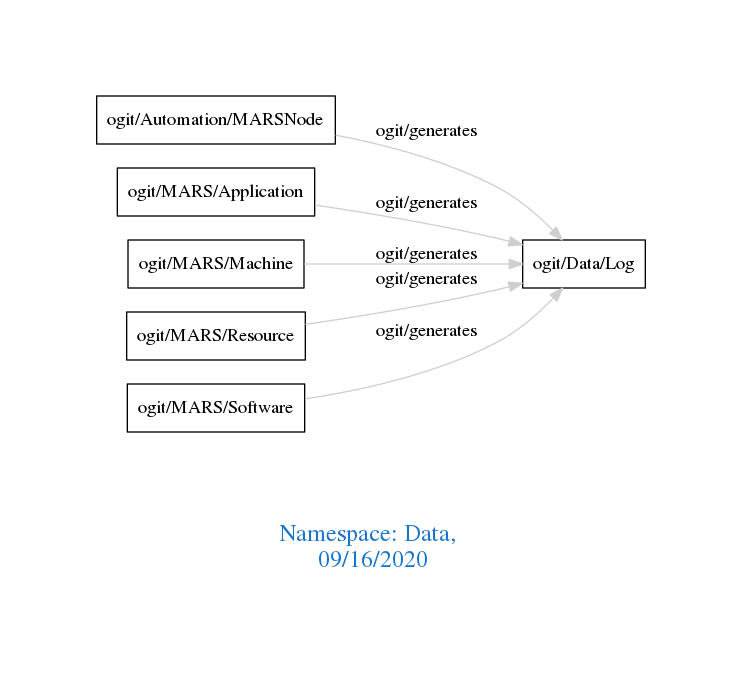
arago/OGIT keeps this Graphviz diagram as downloads/Data.png. Above is the earlier version. Its source is kept beside it as downloads/Data.dot.
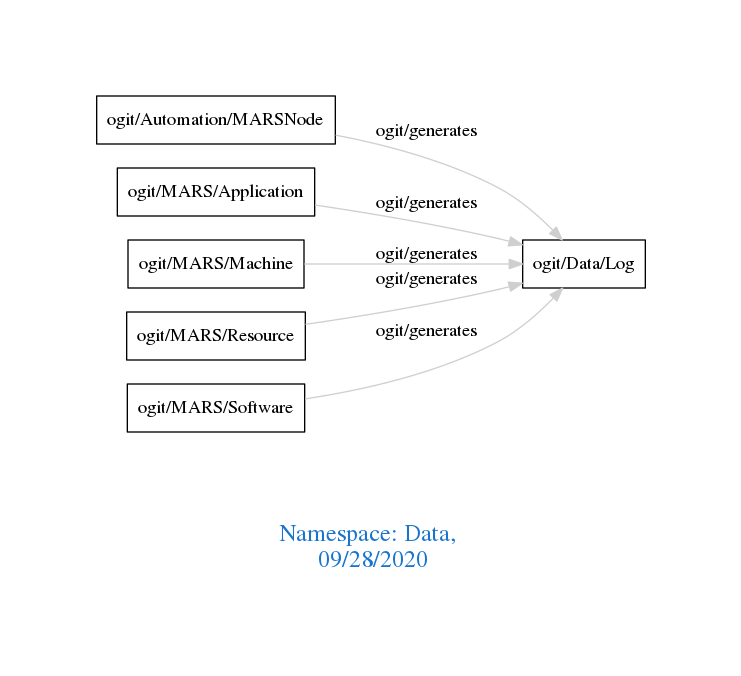
The same file after the commit.

What changed in the source:
```diff
@@ -1,7 +1,7 @@
 digraph OGIT_ontology {
  graph [ rankdir= LR,pad=1
 fontsize = 18,
-fontcolor= dodgerblue3,label = "\n\n\nNamespace: Data, \n 09/16/2020"];
+fontcolor= dodgerblue3,label = "\n\n\nNamespace: Data, \n 09/28/2020"];
 node[shape=polygon];
 edge [  color="gray81"];
 
```
